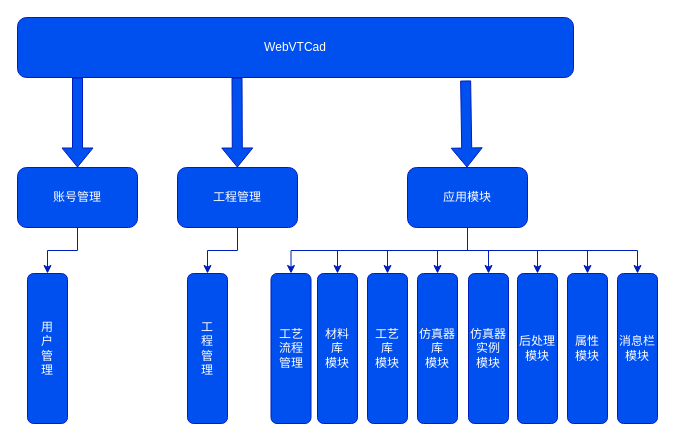
Above: doc/webVTCad.drawio in yezhen701/VTCAD (draw.io), before the change. Source tidied: cells renumbered, new cells numbered last; positions are measured from the earlier drawing's top-left corner, leaving out a move shared by most shapes. Both pictures are drawn from the tidied source at 100%, with x=0, y=0 at pixel (17, 17).
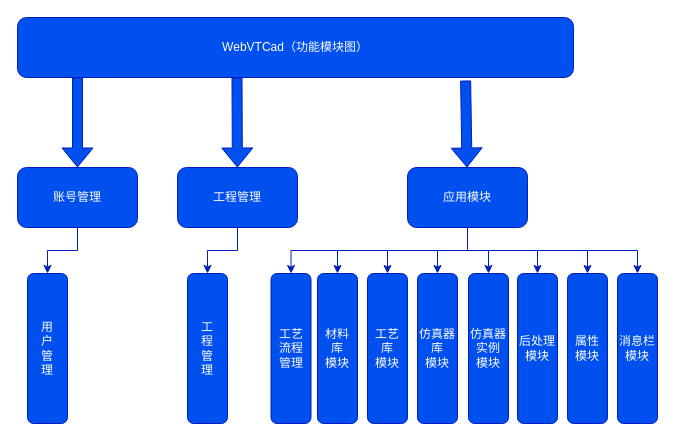
The same diagram, later.

Diff of the diagram source:
```diff
@@
-    <mxCell id="2" value="WebVTCad" style="rounded=1;whiteSpace=wrap;html=1;fillColor=#0050ef;fontColor=#ffffff;strokeColor=#001DBC;" parent="1" vertex="1">
+    <mxCell id="2" value="WebVTCad（功能模块图）" style="rounded=1;whiteSpace=wrap;html=1;fillColor=#0050ef;fontColor=#ffffff;strokeColor=#001DBC;" parent="1" vertex="1">
       <mxGeometry width="556" height="60" as="geometry" />
     </mxCell>
```
